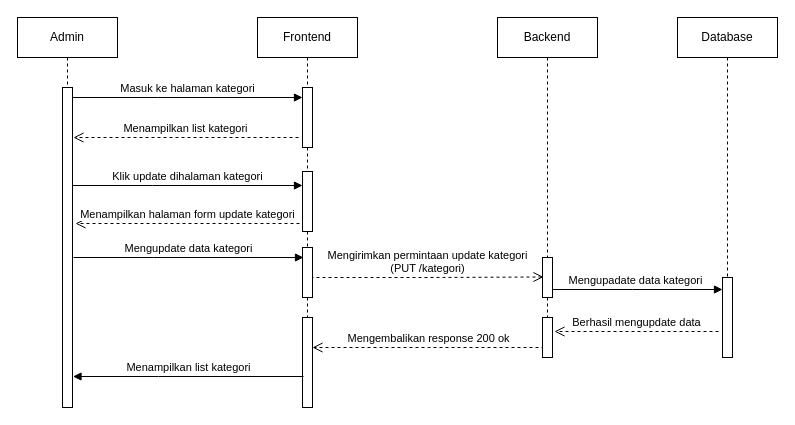
The draw.io diagram page "Halaman-2" (2 of 2) of Sequence.drawio in sintariaulia/Diagram, before the edit. Source tidied: cells renumbered, new cells numbered last; positions are measured from the earlier drawing's top-left corner, leaving out a move shared by most shapes. Both pictures are drawn from the tidied source at 100%, with x=0, y=0 at pixel (17, 17).
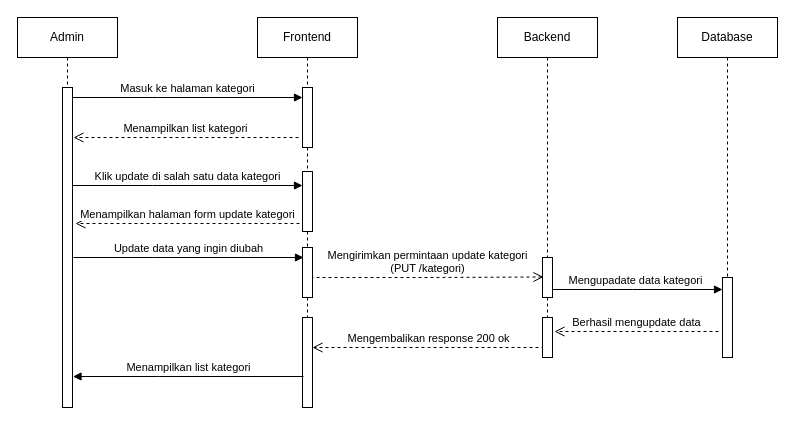
After the change.

Commit message:
Pemutakhiran Sequence Update kategori.drawio

What changed in the source:
```diff
@@
-    <mxCell id="20" value="Klik update dihalaman kategori" style="html=1;verticalAlign=bottom;endArrow=block;edgeStyle=elbowEdgeStyle;elbow=horizontal;curved=0;rounded=0;" parent="1" edge="1">
+    <mxCell id="20" value="Klik update di salah satu data kategori" style="html=1;verticalAlign=bottom;endArrow=block;edgeStyle=elbowEdgeStyle;elbow=horizontal;curved=0;rounded=0;" parent="1" edge="1">
       <mxGeometry relative="1" as="geometry">
         <mxPoint x="55" y="168" as="sourcePoint" />
         <mxPoint x="285" y="168" as="targetPoint" />
         <Array as="points">
           <mxPoint x="135" y="168" />
         </Array>
       </mxGeometry>
     </mxCell>
-    <mxCell id="21" value="Mengupdate data kategori" style="html=1;verticalAlign=bottom;endArrow=block;edgeStyle=elbowEdgeStyle;elbow=horizontal;curved=0;rounded=0;" parent="1" edge="1">
+    <mxCell id="21" value="Update data yang ingin diubah" style="html=1;verticalAlign=bottom;endArrow=block;edgeStyle=elbowEdgeStyle;elbow=horizontal;curved=0;rounded=0;" parent="1" edge="1">
       <mxGeometry relative="1" as="geometry">
         <mxPoint x="56" y="240" as="sourcePoint" />
         <mxPoint x="286" y="240" as="targetPoint" />
         <Array as="points">
           <mxPoint x="136" y="240" />
         </Array>
       </mxGeometry>
     </mxCell>
```
